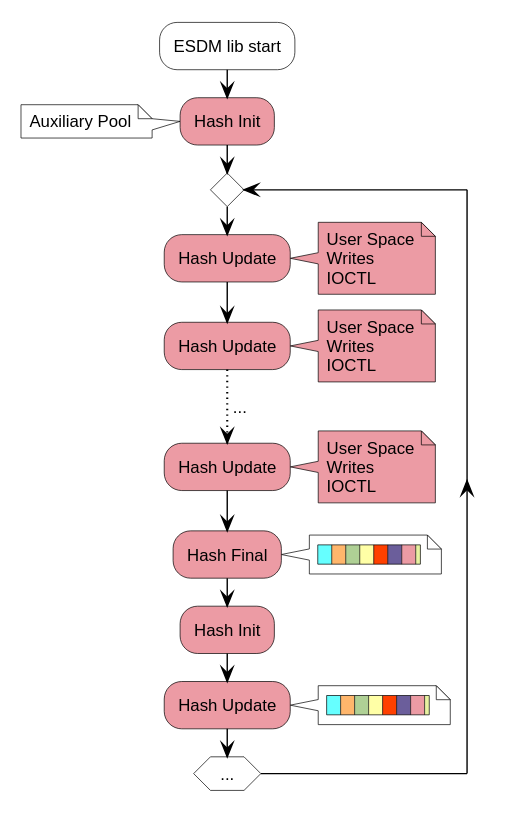
thillux/esdm keeps this PlantUML diagram as doc/typst/figures/aux-pool-processing.svg. Above is the earlier version.
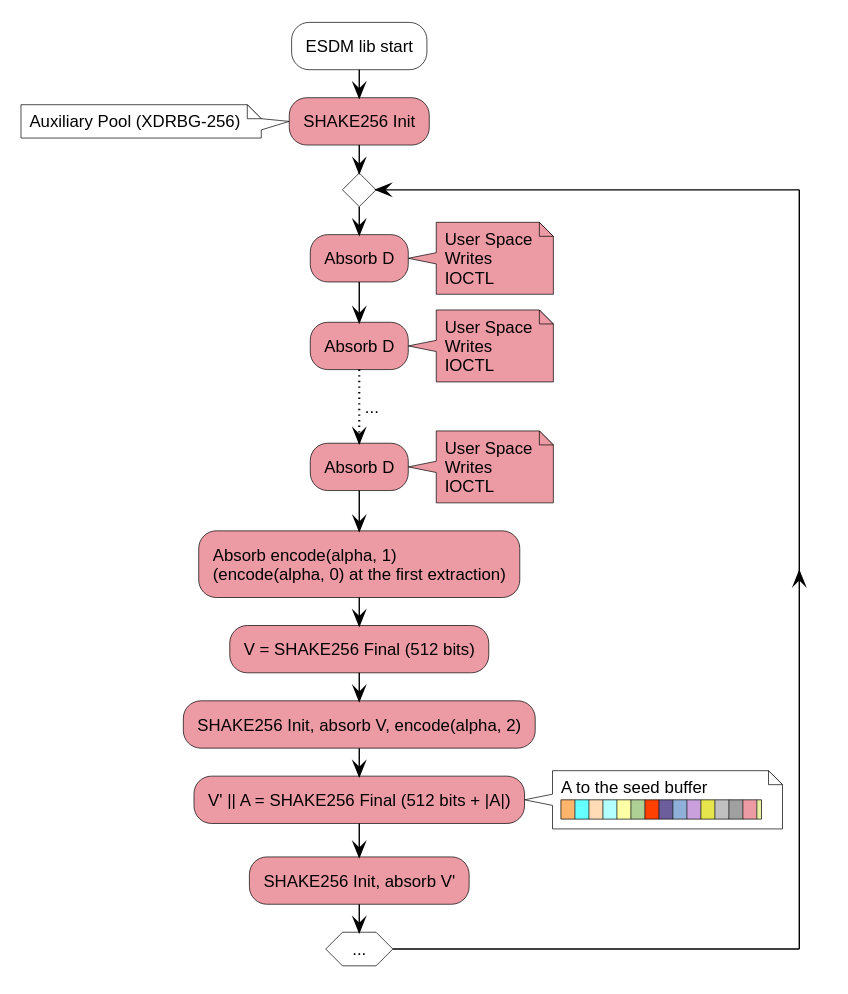
Later version of the same file.

What changed in the source:
```diff
@@ -11,37 +11,38 @@
 skinparam NoteBorderColor #000000
 
 :ESDM lib start; <<#FFFFFF>>
-:Hash Init;
-note left #FFFFFF: Auxiliary Pool
+:SHAKE256 Init;
+note left #FFFFFF: Auxiliary Pool (XDRBG-256)
 repeat
-  :Hash Update;
+  :Absorb D;
   note right
     User Space
     Writes
     IOCTL
   end note
-  :Hash Update;
+  :Absorb D;
   note right
     User Space
     Writes
     IOCTL
   end note
   -[dotted]-> ...;
-  :Hash Update;
+  :Absorb D;
   note right
     User Space
     Writes
     IOCTL
   end note
-  :Hash Final;
+  :Absorb encode(alpha, 1)
+  (encode(alpha, 0) at the first extraction);
+  :V = SHAKE256 Final (512 bits);
+  :SHAKE256 Init, absorb V, encode(alpha, 2);
+  :V' || A = SHAKE256 Final (512 bits + |A|);
   note right #FFFFFF
-    |<#66FFFF>   |<#FFB66C>   |<#AFD095>   |<#FFFFA6>   |<#FF4000>   |<#6B5E9B>   |<#EC9BA4>   |<#E8F2A1> |
+    A to the seed buffer
+    |<#FFB66C>   |<#66FFFF>   |<#FFDBB6>   |<#B3FFFF>   |<#FFFFA6>   |<#AFD095>   |<#FF4000>   |<#6B5E9B>   |<#8FB0D9>   |<#C9A0DC>   |<#E6E64C>   |<#C0C0C0>   |<#A0A0A0>   |<#EC9BA4>   |<#E8F2A1> |
   end note
-  :Hash Init;
-  :Hash Update;
-  note right #FFFFFF
-    |<#66FFFF>   |<#FFB66C>   |<#AFD095>   |<#FFFFA6>   |<#FF4000>   |<#6B5E9B>   |<#EC9BA4>   |<#E8F2A1> |
-  end note
+  :SHAKE256 Init, absorb V';
 repeat while (...)
 detach
 @enduml
```
